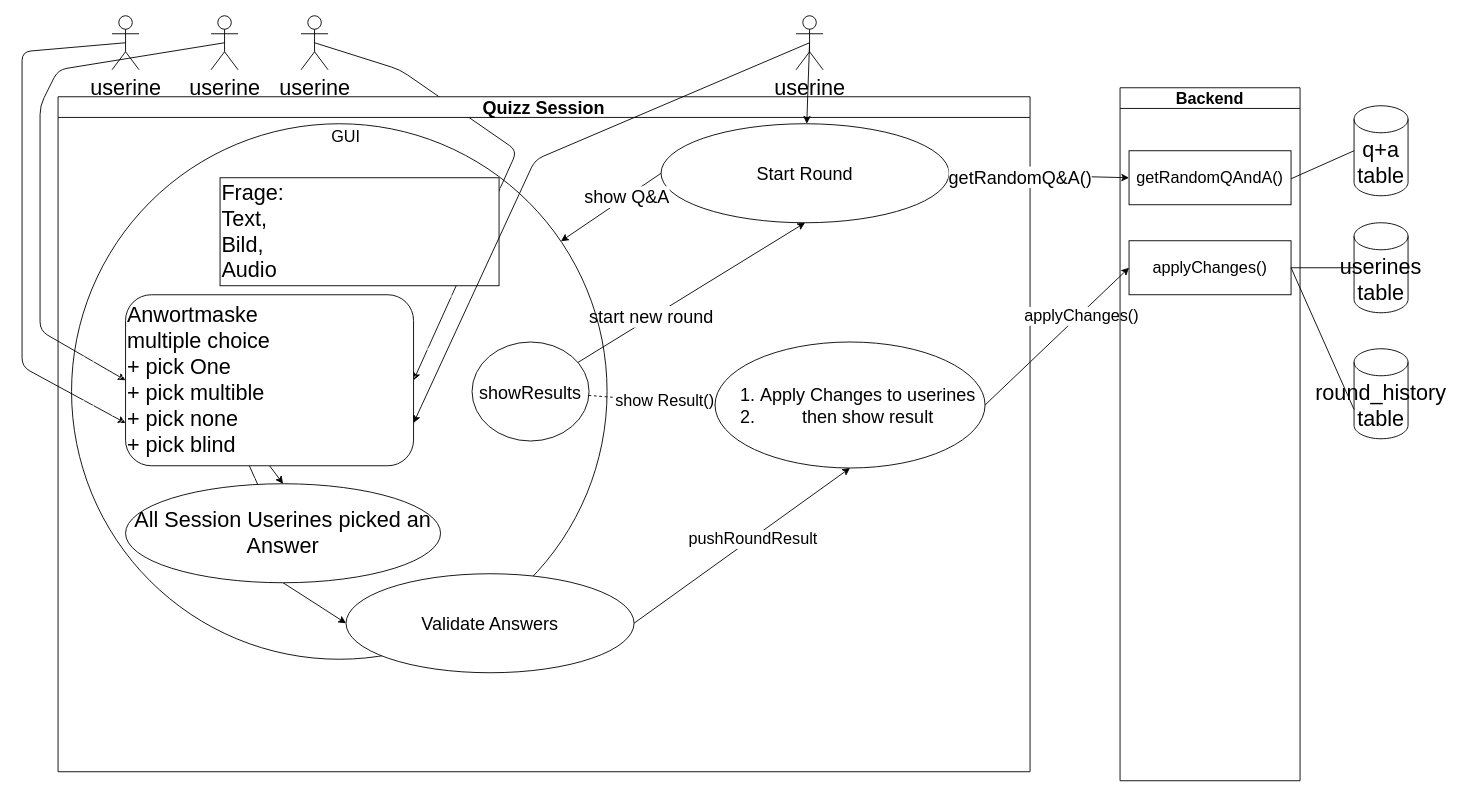
The draw.io diagram scratch.drawio in cjanta/cjantaComponentQuizApp, before the edit. Source tidied: cells renumbered, new cells numbered last; positions are measured from the earlier drawing's top-left corner, leaving out a move shared by most shapes. Both pictures are drawn from the tidied source at 90%, with x=0, y=0 at pixel (22, 15).
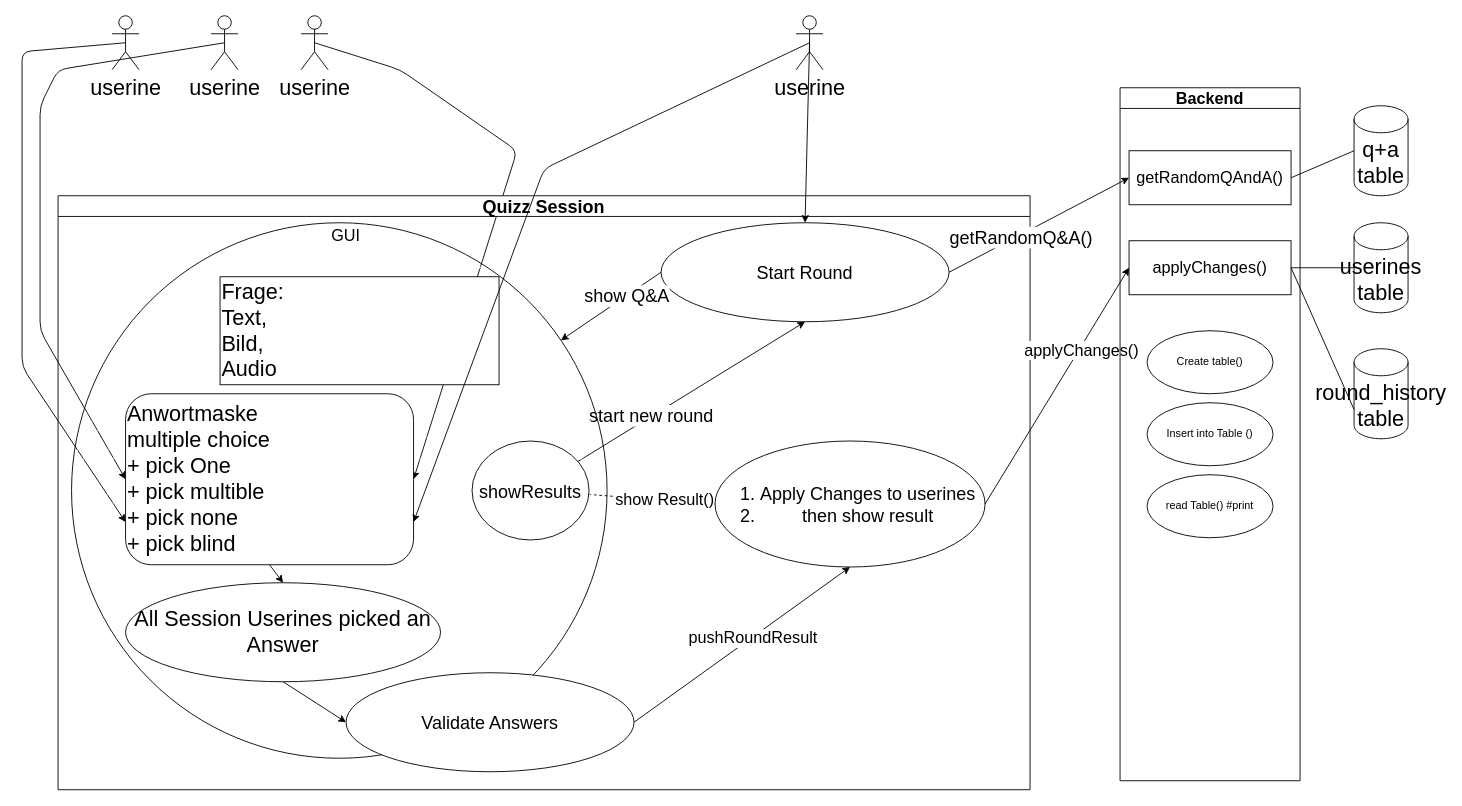
After the change.

Commit message (it also covers changes not shown here):
usecase,readme angepasst

Unchanged cells that the change refers to:
```xml
<mxCell id="9" value="q+a table" style="shape=cylinder3;whiteSpace=wrap;html=1;boundedLbl=1;backgroundOutline=1;size=15;fontSize=24;" parent="1" vertex="1">
  <mxGeometry x="1480" y="100" width="60" height="100" as="geometry" />
</mxCell>
<mxCell id="11" value="Start Round" style="ellipse;whiteSpace=wrap;html=1;fontSize=20;" parent="10" vertex="1">
  <mxGeometry x="670" y="30" width="320" height="110" as="geometry" />
</mxCell>
<mxCell id="20" value="&lt;font style=&quot;font-size: 24px;&quot;&gt;Anwortmaske&lt;br&gt;multiple choice&lt;br&gt;+ pick One&lt;br&gt;+ pick multible&lt;br&gt;+ pick none&lt;br&gt;+ pick blind&lt;/font&gt;" style="rounded=1;whiteSpace=wrap;html=1;align=left;" parent="10" vertex="1">
  <mxGeometry x="75" y="220" width="320" height="190" as="geometry" />
</mxCell>
<mxCell id="37" value="Backend" style="swimlane;whiteSpace=wrap;html=1;fontSize=18;" parent="1" vertex="1">
  <mxGeometry x="1220" y="80" width="200" height="770" as="geometry" />
</mxCell>
<mxCell id="38" value="getRandomQAndA()" style="rounded=0;whiteSpace=wrap;html=1;fontSize=18;" parent="37" vertex="1">
  <mxGeometry x="10" y="70" width="180" height="60" as="geometry" />
</mxCell>
<mxCell id="44" value="userine" style="shape=umlActor;verticalLabelPosition=bottom;verticalAlign=top;html=1;outlineConnect=0;fontSize=24;" parent="1" vertex="1">
  <mxGeometry x="860" width="30" height="60" as="geometry" />
</mxCell>
```

Change to the diagram source:
```diff
@@
-    <mxCell id="8" style="endArrow=classic;html=1;fontSize=24;exitX=0.5;exitY=1;exitDx=0;exitDy=0;entryX=0.5;entryY=0;entryDx=0;entryDy=0;" parent="1" edge="1">
-      <mxGeometry relative="1" as="geometry">
-        <mxPoint x="230" y="450" as="sourcePoint" />
-        <mxPoint x="275" y="550" as="targetPoint" />
-      </mxGeometry>
-    </mxCell>
@@
     <mxCell id="10" value="Quizz Session" style="swimlane;whiteSpace=wrap;html=1;fontSize=20;" parent="1" vertex="1">
-      <mxGeometry x="40" y="90" width="1080" height="750" as="geometry" />
+      <mxGeometry x="40" y="200" width="1080" height="660" as="geometry" />
     </mxCell>
@@
-    <mxCell id="36" style="endArrow=none;html=1;fontSize=20;entryX=0;entryY=0.5;entryDx=0;entryDy=0;entryPerimeter=0;" parent="1" edge="1" target="9">
-      <mxGeometry relative="1" as="geometry">
-        <mxPoint x="1400" y="185.6" as="sourcePoint" />
-      </mxGeometry>
+    <mxCell id="36" style="endArrow=none;html=1;fontSize=20;entryX=0;entryY=0.5;entryDx=0;entryDy=0;entryPerimeter=0;exitX=1;exitY=0.5;exitDx=0;exitDy=0;" parent="1" edge="1" source="38" target="9">
+      <mxGeometry relative="1" as="geometry" />
     </mxCell>
@@
+    <mxCell id="45" value="Create table()" style="ellipse;whiteSpace=wrap;html=1;" parent="37" vertex="1">
+      <mxGeometry x="30" y="270" width="140" height="70" as="geometry" />
+    </mxCell>
+    <mxCell id="46" value="Insert into Table ()" style="ellipse;whiteSpace=wrap;html=1;" parent="37" vertex="1">
+      <mxGeometry x="30" y="350" width="140" height="70" as="geometry" />
+    </mxCell>
+    <mxCell id="47" value="read Table() #print" style="ellipse;whiteSpace=wrap;html=1;" parent="37" vertex="1">
+      <mxGeometry x="30" y="430" width="140" height="70" as="geometry" />
+    </mxCell>
@@
-    <mxCell id="42" style="edgeStyle=none;html=1;exitX=0.5;exitY=0.5;exitDx=0;exitDy=0;exitPerimeter=0;fontSize=18;" parent="1" edge="1" source="44" target="11">
+    <mxCell id="42" style="edgeStyle=none;html=1;exitX=0.5;exitY=0.5;exitDx=0;exitDy=0;exitPerimeter=0;fontSize=18;entryX=0.5;entryY=0;entryDx=0;entryDy=0;" parent="1" edge="1" source="44" target="11">
       <mxGeometry relative="1" as="geometry" />
     </mxCell>
     <mxCell id="43" style="edgeStyle=none;html=1;exitX=0.5;exitY=0.5;exitDx=0;exitDy=0;exitPerimeter=0;entryX=1;entryY=0.75;entryDx=0;entryDy=0;fontSize=18;" parent="1" edge="1" source="44" target="20">
       <mxGeometry relative="1" as="geometry">
         <Array as="points">
-          <mxPoint x="570" y="160" />
+          <mxPoint x="580" y="170" />
         </Array>
       </mxGeometry>
     </mxCell>
```
